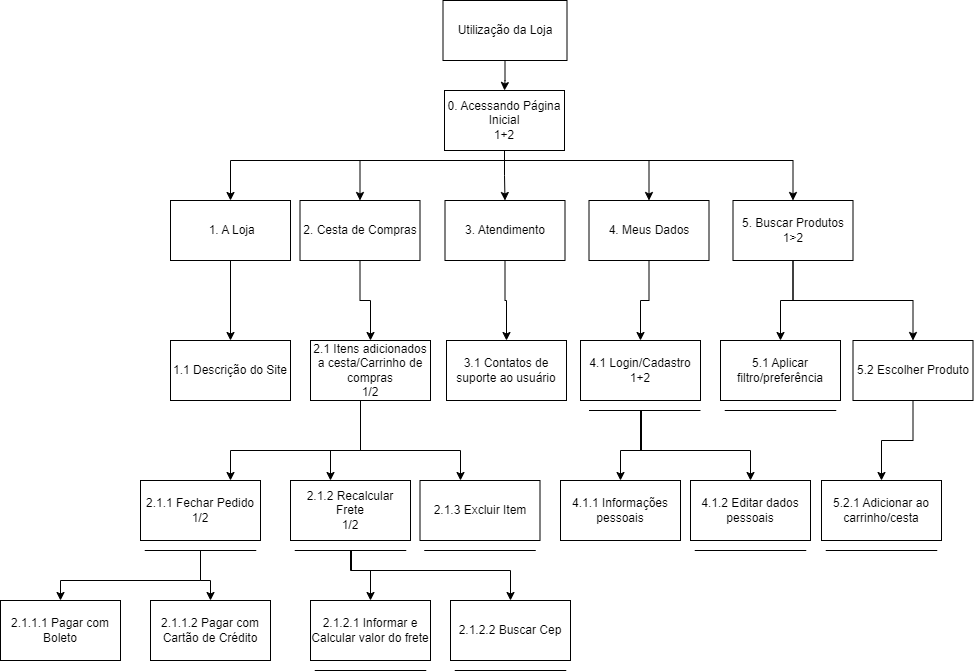
This is docs/assets/analiseHTA/Análise loja HTA.png from claudiohsc/2024.1-Correios, a draw.io export, as it was before one commit. Source tidied: cells renumbered, new cells last; positions are measured from the earlier drawing's top-left corner, leaving out a move shared by most shapes.
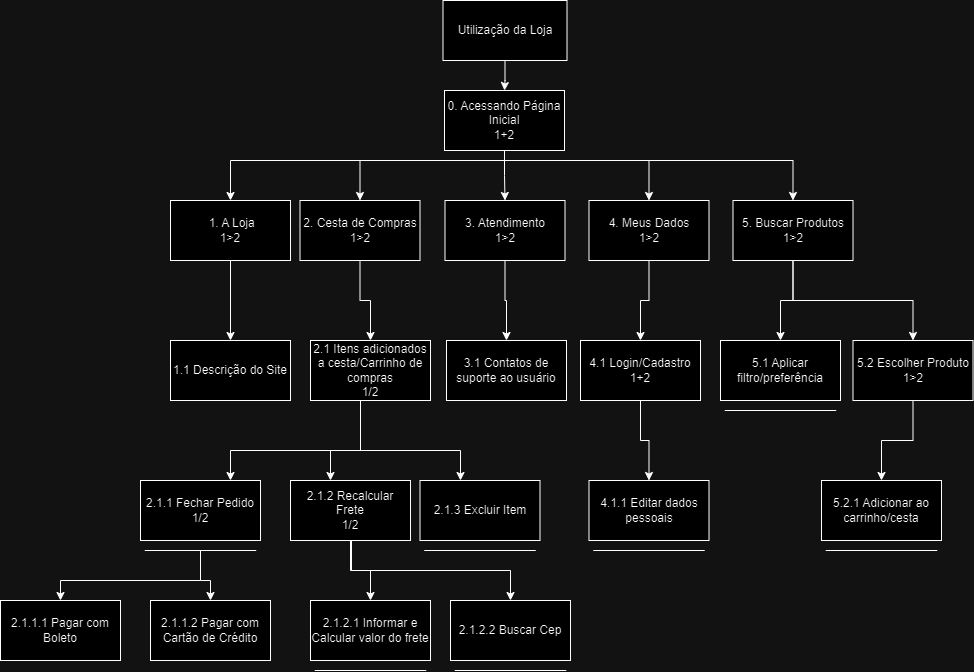
After the change.

Commit message:
correcting online postal store diagram

What changed in the source:
```diff
@@ -46,25 +46,25 @@
     <mxCell id="9" style="edgeStyle=orthogonalEdgeStyle;rounded=0;jettySize=auto;html=1;" parent="1" edge="1" source="10" target="20">
       <mxGeometry relative="1" as="geometry" />
     </mxCell>
-    <mxCell id="10" value="&amp;nbsp;1. A Loja" style="rounded=0;whiteSpace=wrap;html=1;" parent="1" vertex="1">
+    <mxCell id="10" value="&amp;nbsp;1. A Loja&lt;div&gt;1&amp;gt;2&lt;/div&gt;" style="rounded=0;whiteSpace=wrap;html=1;" parent="1" vertex="1">
       <mxGeometry x="170" y="200" width="120" height="60" as="geometry" />
     </mxCell>
     <mxCell id="11" style="edgeStyle=orthogonalEdgeStyle;rounded=0;jettySize=auto;html=1;" parent="1" edge="1" source="12" target="24">
       <mxGeometry relative="1" as="geometry" />
     </mxCell>
-    <mxCell id="12" value="2. Cesta de Compras" style="rounded=0;whiteSpace=wrap;html=1;" parent="1" vertex="1">
+    <mxCell id="12" value="2. Cesta de Compras&lt;div&gt;1&amp;gt;2&lt;br&gt;&lt;/div&gt;" style="rounded=0;whiteSpace=wrap;html=1;" parent="1" vertex="1">
       <mxGeometry x="299.5" y="200" width="120" height="60" as="geometry" />
     </mxCell>
     <mxCell id="13" style="edgeStyle=orthogonalEdgeStyle;rounded=0;jettySize=auto;html=1;" parent="1" edge="1" source="14" target="25">
       <mxGeometry relative="1" as="geometry" />
     </mxCell>
-    <mxCell id="14" value="3.&amp;nbsp;&lt;span style=&quot;background-color: initial;&quot;&gt;Atendimento&lt;/span&gt;" style="rounded=0;whiteSpace=wrap;html=1;" parent="1" vertex="1">
+    <mxCell id="14" value="3.&amp;nbsp;&lt;span style=&quot;background-color: initial;&quot;&gt;Atendimento&lt;/span&gt;&lt;div&gt;1&amp;gt;2&lt;span style=&quot;background-color: initial;&quot;&gt;&lt;br&gt;&lt;/span&gt;&lt;/div&gt;" style="rounded=0;whiteSpace=wrap;html=1;" parent="1" vertex="1">
       <mxGeometry x="444.5" y="200" width="120" height="60" as="geometry" />
     </mxCell>
     <mxCell id="15" style="edgeStyle=orthogonalEdgeStyle;rounded=0;jettySize=auto;html=1;" parent="1" edge="1" source="16" target="28">
       <mxGeometry relative="1" as="geometry" />
     </mxCell>
-    <mxCell id="16" value="4. Meus Dados" style="rounded=0;whiteSpace=wrap;html=1;" parent="1" vertex="1">
+    <mxCell id="16" value="4. Meus Dados&lt;div&gt;1&amp;gt;2&lt;br&gt;&lt;/div&gt;" style="rounded=0;whiteSpace=wrap;html=1;" parent="1" vertex="1">
       <mxGeometry x="588.5" y="200" width="120" height="60" as="geometry" />
     </mxCell>
     <mxCell id="17" style="edgeStyle=orthogonalEdgeStyle;rounded=0;jettySize=auto;html=1;exitX=0.5;exitY=1;exitDx=0;exitDy=0;" parent="1" edge="1" source="19" target="31">
@@ -109,37 +109,12 @@
     <mxCell id="25" value="3.1 Contatos de suporte ao usuário" style="rounded=0;whiteSpace=wrap;html=1;" parent="1" vertex="1">
       <mxGeometry x="446" y="340" width="120" height="60" as="geometry" />
     </mxCell>
-    <mxCell id="26" style="edgeStyle=orthogonalEdgeStyle;rounded=0;jettySize=auto;html=1;entryX=0.5;entryY=0;entryDx=0;entryDy=0;" parent="1" edge="1" target="29">
-      <mxGeometry relative="1" as="geometry">
-        <mxPoint x="640" y="410" as="sourcePoint" />
-        <Array as="points">
-          <mxPoint x="641" y="410" />
-          <mxPoint x="641" y="450" />
-          <mxPoint x="620" y="450" />
-        </Array>
-      </mxGeometry>
-    </mxCell>
-    <mxCell id="27" style="edgeStyle=orthogonalEdgeStyle;rounded=0;jettySize=auto;html=1;entryX=0.5;entryY=0;entryDx=0;entryDy=0;" parent="1" edge="1" target="33">
-      <mxGeometry relative="1" as="geometry">
-        <mxPoint x="640" y="410" as="sourcePoint" />
-        <Array as="points">
-          <mxPoint x="640" y="450" />
-          <mxPoint x="750" y="450" />
-        </Array>
-      </mxGeometry>
-    </mxCell>
+    <mxCell id="56" style="edgeStyle=orthogonalEdgeStyle;rounded=0;jettySize=auto;html=1;" parent="1" edge="1" source="28" target="33">
+      <mxGeometry relative="1" as="geometry" />
+    </mxCell>
     <mxCell id="28" value="4.1 Login/Cadastro&lt;div&gt;1+2&lt;/div&gt;" style="rounded=0;whiteSpace=wrap;html=1;" parent="1" vertex="1">
       <mxGeometry x="580" y="340" width="120" height="60" as="geometry" />
     </mxCell>
-    <mxCell id="29" value="4.1.1 Informações pessoais" style="rounded=0;whiteSpace=wrap;html=1;" parent="1" vertex="1">
-      <mxGeometry x="560" y="480" width="120" height="60" as="geometry" />
-    </mxCell>
-    <mxCell id="30" style="endArrow=none;html=1;rounded=0;" parent="1" edge="1">
-      <mxGeometry relative="1" as="geometry">
-        <mxPoint x="588.5" y="410" as="sourcePoint" />
-        <mxPoint x="700" y="410" as="targetPoint" />
-      </mxGeometry>
-    </mxCell>
     <mxCell id="31" value="5.1 Aplicar filtro/preferência" style="rounded=0;whiteSpace=wrap;html=1;" parent="1" vertex="1">
       <mxGeometry x="720" y="340" width="120" height="60" as="geometry" />
     </mxCell>
@@ -149,28 +124,28 @@
         <mxPoint x="835.8" y="410" as="targetPoint" />
       </mxGeometry>
     </mxCell>
-    <mxCell id="33" value="4.1.2 Editar dados pessoais" style="rounded=0;whiteSpace=wrap;html=1;" parent="1" vertex="1">
-      <mxGeometry x="690" y="480" width="120" height="60" as="geometry" />
+    <mxCell id="33" value="4.1.1 Editar dados pessoais" style="rounded=0;whiteSpace=wrap;html=1;" parent="1" vertex="1">
+      <mxGeometry x="588.5" y="480" width="120" height="60" as="geometry" />
     </mxCell>
     <mxCell id="34" style="endArrow=none;html=1;rounded=0;" parent="1" edge="1">
       <mxGeometry relative="1" as="geometry">
-        <mxPoint x="694.2" y="550" as="sourcePoint" />
-        <mxPoint x="805.8" y="550" as="targetPoint" />
+        <mxPoint x="592.8" y="550" as="sourcePoint" />
+        <mxPoint x="704.2" y="550" as="targetPoint" />
       </mxGeometry>
     </mxCell>
     <mxCell id="35" style="edgeStyle=orthogonalEdgeStyle;rounded=0;jettySize=auto;html=1;entryX=0.5;entryY=0;entryDx=0;entryDy=0;" parent="1" edge="1" target="49">
       <mxGeometry relative="1" as="geometry">
         <mxPoint x="350" y="550" as="sourcePoint" />
         <Array as="points">
-          <mxPoint x="351" y="550" />
+          <mxPoint x="350" y="540" />
+          <mxPoint x="351" y="540" />
           <mxPoint x="351" y="570" />
           <mxPoint x="370" y="570" />
         </Array>
       </mxGeometry>
     </mxCell>
-    <mxCell id="36" style="edgeStyle=orthogonalEdgeStyle;rounded=0;jettySize=auto;html=1;entryX=0.5;entryY=0;entryDx=0;entryDy=0;" parent="1" edge="1" target="50">
+    <mxCell id="36" style="edgeStyle=orthogonalEdgeStyle;rounded=0;jettySize=auto;html=1;entryX=0.5;entryY=0;entryDx=0;entryDy=0;exitX=0.5;exitY=1;exitDx=0;exitDy=0;" parent="1" edge="1" source="37" target="50">
       <mxGeometry relative="1" as="geometry">
-        <mxPoint x="350" y="550" as="sourcePoint" />
         <Array as="points">
           <mxPoint x="350" y="570" />
           <mxPoint x="510" y="570" />
@@ -212,12 +187,6 @@
         <mxPoint x="255.8" y="550" as="targetPoint" />
       </mxGeometry>
     </mxCell>
-    <mxCell id="43" style="endArrow=none;html=1;rounded=0;" parent="1" edge="1">
-      <mxGeometry relative="1" as="geometry">
-        <mxPoint x="294.2" y="550" as="sourcePoint" />
-        <mxPoint x="405.8" y="550" as="targetPoint" />
-      </mxGeometry>
-    </mxCell>
     <mxCell id="44" style="endArrow=none;html=1;rounded=0;" parent="1" edge="1">
       <mxGeometry relative="1" as="geometry">
         <mxPoint x="423.8" y="550" as="sourcePoint" />
@@ -227,7 +196,7 @@
     <mxCell id="45" style="edgeStyle=orthogonalEdgeStyle;rounded=0;jettySize=auto;html=1;" parent="1" edge="1" source="46" target="47">
       <mxGeometry relative="1" as="geometry" />
     </mxCell>
-    <mxCell id="46" value="5.2 Escolher Produto" style="rounded=0;whiteSpace=wrap;html=1;" parent="1" vertex="1">
+    <mxCell id="46" value="5.2 Escolher Produto&lt;div&gt;1&amp;gt;2&lt;/div&gt;" style="rounded=0;whiteSpace=wrap;html=1;" parent="1" vertex="1">
       <mxGeometry x="852.5" y="340" width="120" height="60" as="geometry" />
     </mxCell>
     <mxCell id="47" value="5.2.1 Adicionar ao carrinho/cesta" style="rounded=0;whiteSpace=wrap;html=1;" parent="1" vertex="1">
```
